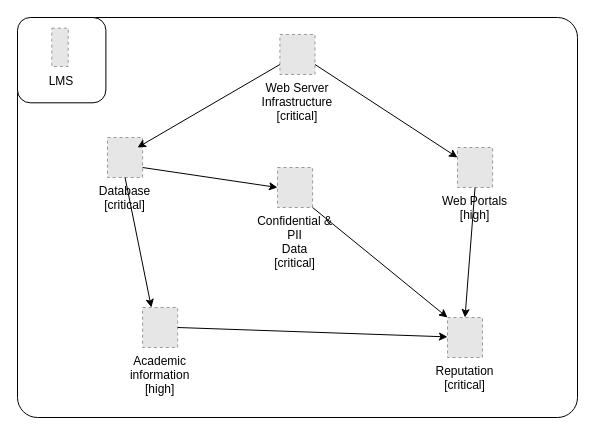
RajuTaddi/ms-latrobe keeps this draw.io diagram as 2025/T2-Cyber-Security/lms asset diagram.drawio. Above is the earlier version. Source tidied: cells renumbered, new cells numbered last; positions are measured from the earlier drawing's top-left corner, leaving out a move shared by most shapes. Both pictures are drawn from the tidied source at 100%, with x=0, y=0 at pixel (17, 17). Pictures stored in the file or linked from it are replaced by grey dashed boxes.
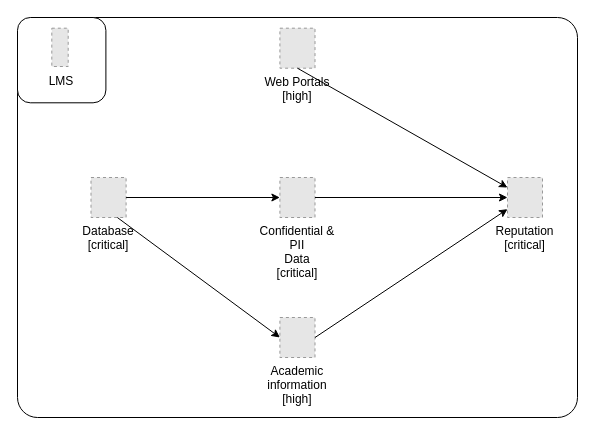
The same diagram, later.

The change refers to these unchanged cells:
```xml
<mxCell id="2" style="group;" parent="1" vertex="1">
  <mxGeometry width="560" height="400" as="geometry" />
</mxCell>
```

Change to the diagram source:
```diff
@@
     <mxCell id="7" value="Academic&#10;information&#10;[high]" style="fillColor=#E6E6E6;strokeColor=#999999;dashed=1;verticalLabelPosition=bottom;verticalAlign=top;" parent="2" vertex="1">
-      <mxGeometry x="125.1" y="290" width="35.1" height="40" as="geometry" />
+      <mxGeometry x="262.4" y="300" width="35.1" height="40" as="geometry" />
     </mxCell>
     <mxCell id="8" value="Confidential &amp;&#10;PII&#10;Data&#10;[critical]" style="fillColor=#E6E6E6;strokeColor=#999999;dashed=1;verticalLabelPosition=bottom;verticalAlign=top;" parent="2" vertex="1">
-      <mxGeometry x="260" y="150" width="35.1" height="40" as="geometry" />
+      <mxGeometry x="262.4" y="160" width="35.1" height="40" as="geometry" />
     </mxCell>
     <mxCell id="9" value="Web Portals&#10;[high]" style="fillColor=#E6E6E6;strokeColor=#999999;dashed=1;verticalLabelPosition=bottom;verticalAlign=top;" parent="2" vertex="1">
-      <mxGeometry x="440" y="130" width="35.1" height="40" as="geometry" />
+      <mxGeometry x="262.4" y="10.7" width="35.1" height="40" as="geometry" />
     </mxCell>
     <mxCell id="10" value="Database&#10;[critical]" style="fillColor=#E6E6E6;strokeColor=#999999;dashed=1;verticalLabelPosition=bottom;verticalAlign=top;" parent="2" vertex="1">
-      <mxGeometry x="90" y="120" width="35.1" height="40" as="geometry" />
+      <mxGeometry x="73.5" y="160" width="35.1" height="40" as="geometry" />
     </mxCell>
-    <mxCell id="11" value="Web Server&#10;Infrastructure&#10;[critical]" style="fillColor=#E6E6E6;strokeColor=#999999;dashed=1;verticalLabelPosition=bottom;verticalAlign=top;" parent="2" vertex="1">
-      <mxGeometry x="262.4" y="17" width="35.1" height="40" as="geometry" />
-    </mxCell>
     <mxCell id="12" value="Reputation&#10;[critical]" style="fillColor=#E6E6E6;strokeColor=#999999;dashed=1;verticalLabelPosition=bottom;verticalAlign=top;" parent="2" vertex="1">
-      <mxGeometry x="430" y="300" width="35" height="40" as="geometry" />
+      <mxGeometry x="490" y="160" width="35" height="40" as="geometry" />
     </mxCell>
-    <mxCell id="13" style="endArrow=classic;html=1;rounded=0;exitX=0;exitY=0.75;exitDx=0;exitDy=0;" parent="2" edge="1" source="11">
-      <mxGeometry relative="1" as="geometry">
-        <mxPoint x="120" y="130" as="targetPoint" />
-      </mxGeometry>
-    </mxCell>
-    <mxCell id="14" style="endArrow=classic;html=1;rounded=0;exitX=1;exitY=0.75;exitDx=0;exitDy=0;entryX=0;entryY=0.25;entryDx=0;entryDy=0;" parent="2" edge="1" source="11" target="9">
-      <mxGeometry relative="1" as="geometry" />
-    </mxCell>
-    <mxCell id="15" style="endArrow=classic;html=1;rounded=0;exitX=0.5;exitY=1;exitDx=0;exitDy=0;entryX=0.25;entryY=0;entryDx=0;entryDy=0;" parent="2" edge="1" source="10" target="7">
+    <mxCell id="15" style="endArrow=classic;html=1;rounded=0;exitX=0.75;exitY=1;exitDx=0;exitDy=0;entryX=0;entryY=0.5;entryDx=0;entryDy=0;" parent="2" edge="1" source="10" target="7">
       <mxGeometry relative="1" as="geometry" />
     </mxCell>
-    <mxCell id="16" style="endArrow=classic;html=1;rounded=0;exitX=1;exitY=0.75;exitDx=0;exitDy=0;entryX=0;entryY=0.5;entryDx=0;entryDy=0;" parent="2" edge="1" source="10" target="8">
+    <mxCell id="16" style="endArrow=classic;html=1;rounded=0;exitX=1;exitY=0.5;exitDx=0;exitDy=0;entryX=0;entryY=0.5;entryDx=0;entryDy=0;" parent="2" edge="1" source="10" target="8">
       <mxGeometry relative="1" as="geometry" />
     </mxCell>
-    <mxCell id="17" style="endArrow=classic;html=1;rounded=0;entryX=0.5;entryY=0;entryDx=0;entryDy=0;exitX=0.5;exitY=1;exitDx=0;exitDy=0;" parent="2" edge="1" source="9" target="12">
+    <mxCell id="17" style="endArrow=classic;html=1;rounded=0;exitX=0.5;exitY=1;exitDx=0;exitDy=0;" parent="2" edge="1" source="9" target="12">
       <mxGeometry relative="1" as="geometry" />
     </mxCell>
-    <mxCell id="18" style="endArrow=classic;html=1;rounded=0;exitX=1;exitY=1;exitDx=0;exitDy=0;entryX=0;entryY=0;entryDx=0;entryDy=0;" parent="2" edge="1" source="8" target="12">
+    <mxCell id="18" style="endArrow=classic;html=1;rounded=0;exitX=1;exitY=0.5;exitDx=0;exitDy=0;entryX=0;entryY=0.5;entryDx=0;entryDy=0;" parent="2" edge="1" source="8" target="12">
       <mxGeometry relative="1" as="geometry" />
     </mxCell>
```
